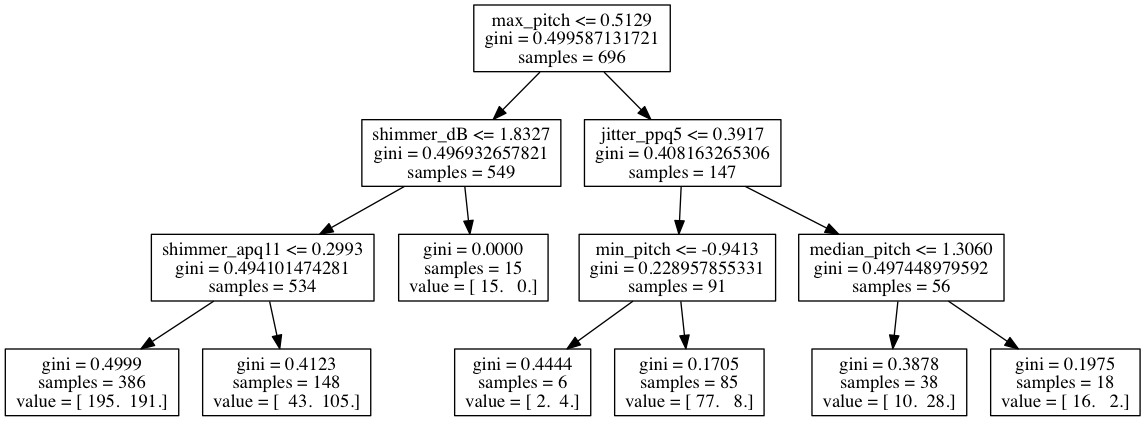
wds360/machineLearning keeps this Graphviz diagram as supervisedLearning/pd_msr_data/tree.png. Above is the earlier version. Its source is kept beside it as supervisedLearning/pd_msr_data/tree.dot.
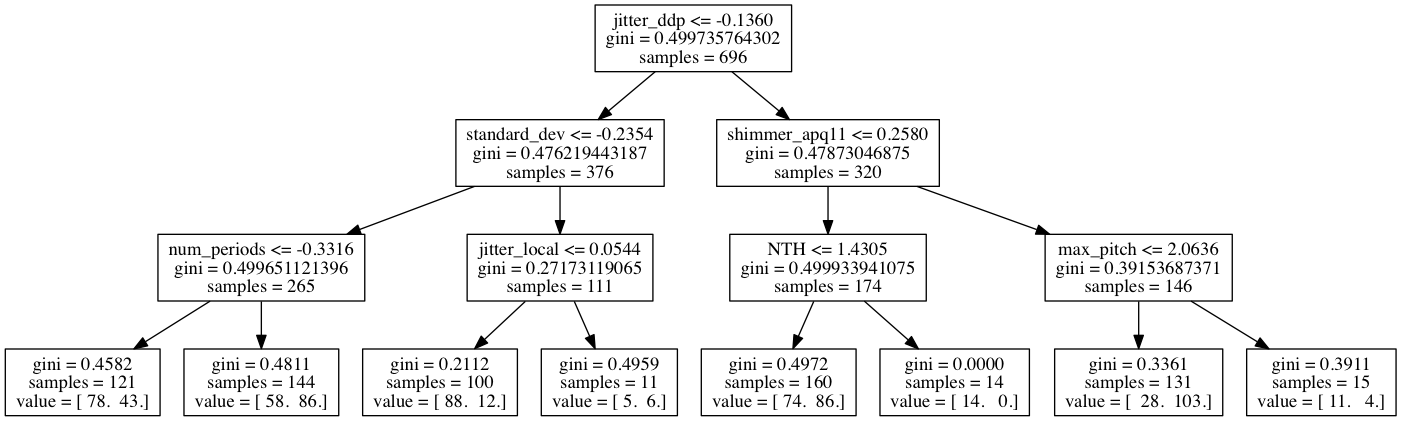
After the commit.

The edit, as a diff of the source:
```diff
@@ -1,27 +1,31 @@
 digraph Tree {
-0 [label="max_pitch <= 0.5129\ngini = 0.499587131721\nsamples = 696", shape="box"] ;
-1 [label="shimmer_dB <= 1.8327\ngini = 0.496932657821\nsamples = 549", shape="box"] ;
+0 [label="jitter_ddp <= -0.1360\ngini = 0.499735764302\nsamples = 696", shape="box"] ;
+1 [label="standard_dev <= -0.2354\ngini = 0.476219443187\nsamples = 376", shape="box"] ;
 0 -> 1 ;
-2 [label="shimmer_apq11 <= 0.2993\ngini = 0.494101474281\nsamples = 534", shape="box"] ;
+2 [label="num_periods <= -0.3316\ngini = 0.499651121396\nsamples = 265", shape="box"] ;
 1 -> 2 ;
-3 [label="gini = 0.4999\nsamples = 386\nvalue = [ 195.  191.]", shape="box"] ;
+3 [label="gini = 0.4582\nsamples = 121\nvalue = [ 78.  43.]", shape="box"] ;
 2 -> 3 ;
-4 [label="gini = 0.4123\nsamples = 148\nvalue = [  43.  105.]", shape="box"] ;
+4 [label="gini = 0.4811\nsamples = 144\nvalue = [ 58.  86.]", shape="box"] ;
 2 -> 4 ;
-5 [label="gini = 0.0000\nsamples = 15\nvalue = [ 15.   0.]", shape="box"] ;
+5 [label="jitter_local <= 0.0544\ngini = 0.27173119065\nsamples = 111", shape="box"] ;
 1 -> 5 ;
-6 [label="jitter_ppq5 <= 0.3917\ngini = 0.408163265306\nsamples = 147", shape="box"] ;
-0 -> 6 ;
-7 [label="min_pitch <= -0.9413\ngini = 0.228957855331\nsamples = 91", shape="box"] ;
-6 -> 7 ;
-8 [label="gini = 0.4444\nsamples = 6\nvalue = [ 2.  4.]", shape="box"] ;
-7 -> 8 ;
-9 [label="gini = 0.1705\nsamples = 85\nvalue = [ 77.   8.]", shape="box"] ;
-7 -> 9 ;
-10 [label="median_pitch <= 1.3060\ngini = 0.497448979592\nsamples = 56", shape="box"] ;
-6 -> 10 ;
-11 [label="gini = 0.3878\nsamples = 38\nvalue = [ 10.  28.]", shape="box"] ;
-10 -> 11 ;
-12 [label="gini = 0.1975\nsamples = 18\nvalue = [ 16.   2.]", shape="box"] ;
-10 -> 12 ;
+6 [label="gini = 0.2112\nsamples = 100\nvalue = [ 88.  12.]", shape="box"] ;
+5 -> 6 ;
+7 [label="gini = 0.4959\nsamples = 11\nvalue = [ 5.  6.]", shape="box"] ;
+5 -> 7 ;
+8 [label="shimmer_apq11 <= 0.2580\ngini = 0.47873046875\nsamples = 320", shape="box"] ;
+0 -> 8 ;
+9 [label="NTH <= 1.4305\ngini = 0.499933941075\nsamples = 174", shape="box"] ;
+8 -> 9 ;
+10 [label="gini = 0.4972\nsamples = 160\nvalue = [ 74.  86.]", shape="box"] ;
+9 -> 10 ;
+11 [label="gini = 0.0000\nsamples = 14\nvalue = [ 14.   0.]", shape="box"] ;
+9 -> 11 ;
+12 [label="max_pitch <= 2.0636\ngini = 0.39153687371\nsamples = 146", shape="box"] ;
+8 -> 12 ;
+13 [label="gini = 0.3361\nsamples = 131\nvalue = [  28.  103.]", shape="box"] ;
+12 -> 13 ;
+14 [label="gini = 0.3911\nsamples = 15\nvalue = [ 11.   4.]", shape="box"] ;
+12 -> 14 ;
 }
```
